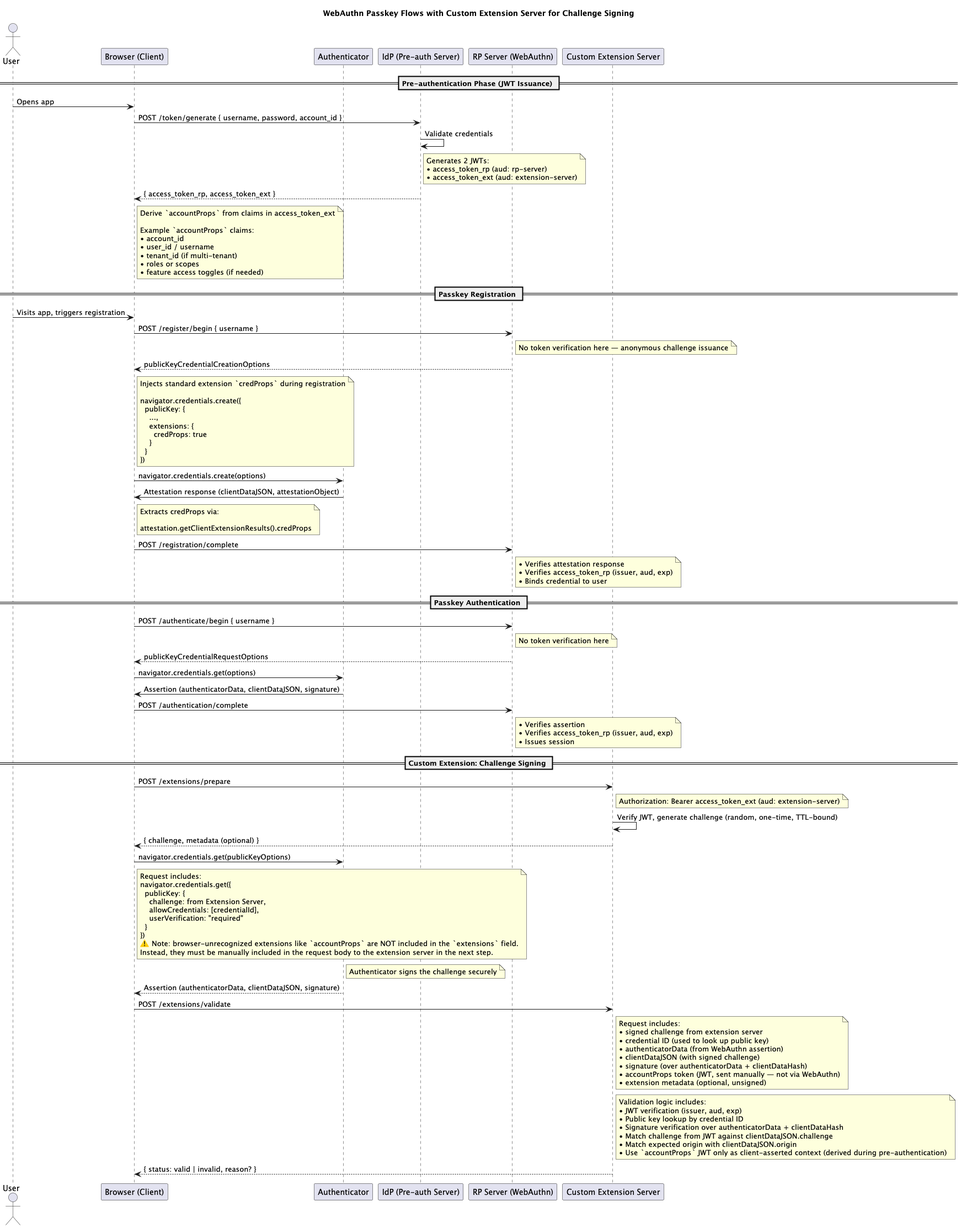
Above: diagrams/sequence.png in nithyanatarajan/simpleFIDO (PlantUML), before the change.
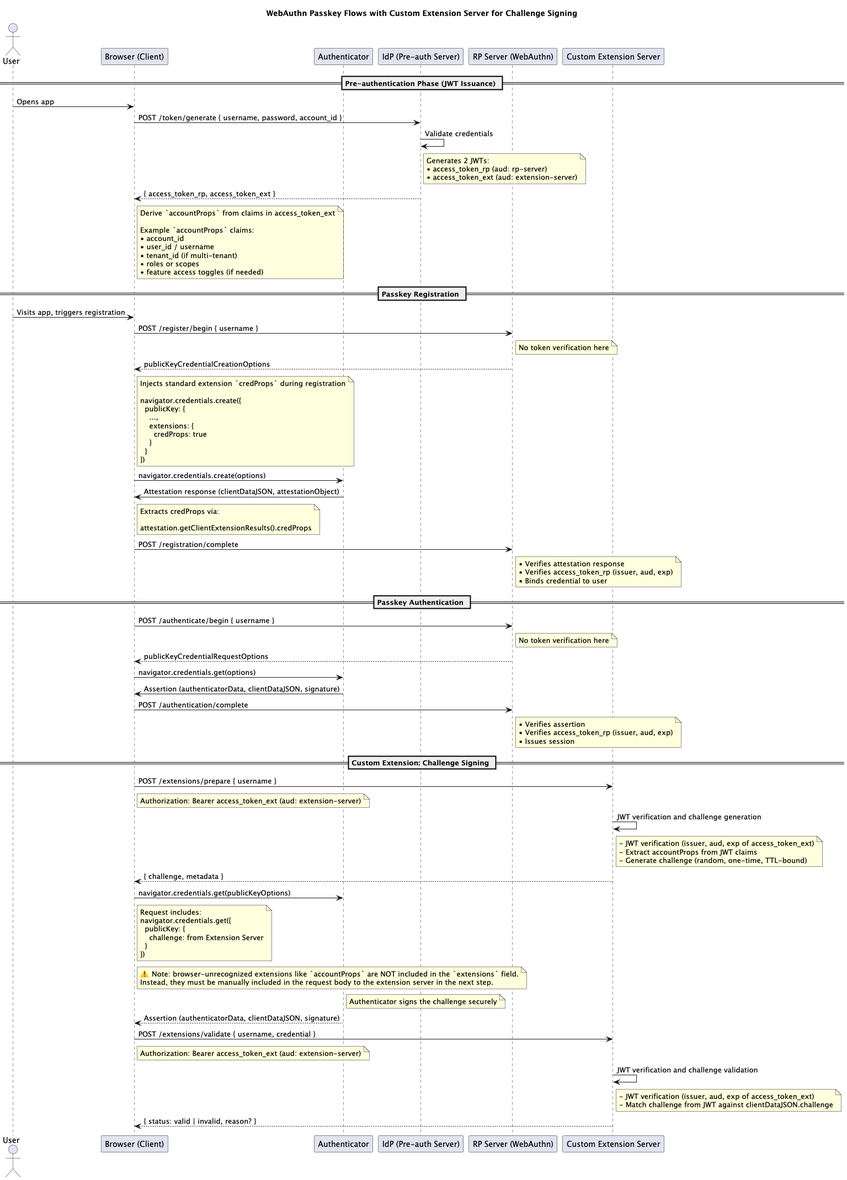
After the commit.

Commit message:
Update docs and sequence diagram

Diff of the diagram source:
```diff
@@ -28,7 +28,7 @@
 == Passkey Registration ==
 User -> Browser: Visits app, triggers registration
 Browser -> RP: POST /register/begin { username }
-note right of RP: No token verification here — anonymous challenge issuance
+note right of RP: No token verification here
 RP --> Browser: publicKeyCredentialCreationOptions
 note right of Browser
 Injects standard extension `credProps` during registration
@@ -75,21 +75,28 @@
 end note
 
 == Custom Extension: Challenge Signing ==
-Browser -> ExtServer: POST /extensions/prepare
-note right of ExtServer: Authorization: Bearer access_token_ext (aud: extension-server)
-ExtServer -> ExtServer: Verify JWT, generate challenge (random, one-time, TTL-bound)
-ExtServer --> Browser: { challenge, metadata (optional) }
+Browser -> ExtServer: POST /extensions/prepare { username }
+note right of Browser: Authorization: Bearer access_token_ext (aud: extension-server)
+ExtServer -> ExtServer: JWT verification and challenge generation
+note right of ExtServer
+- JWT verification (issuer, aud, exp of access_token_ext)
+- Extract accountProps from JWT claims
+- Generate challenge (random, one-time, TTL-bound)
+end note
+
+ExtServer --> Browser: { challenge, metadata }
 
 Browser -> Auth: navigator.credentials.get(publicKeyOptions)
 note right of Browser
 Request includes:
 navigator.credentials.get({
   publicKey: {
-    challenge: from Extension Server,
-    allowCredentials: [credentialId],
-    userVerification: "required"
+    challenge: from Extension Server
   }
 })
+end note
+
+note right of Browser
 ⚠️ Note: browser-unrecognized extensions like `accountProps` are NOT included in the `extensions` field.
 Instead, they must be manually included in the request body to the extension server in the next step.
 end note
@@ -97,26 +104,12 @@
 note right of Auth: Authenticator signs the challenge securely
 Auth --> Browser: Assertion (authenticatorData, clientDataJSON, signature)
 
-Browser -> ExtServer: POST /extensions/validate
+Browser -> ExtServer: POST /extensions/validate { username, credential }
+note right of Browser: Authorization: Bearer access_token_ext (aud: extension-server)
+ExtServer -> ExtServer: JWT verification and challenge validation
 note right of ExtServer
-Request includes:
-• signed challenge from extension server
-• credential ID (used to look up public key)
-• authenticatorData (from WebAuthn assertion)
-• clientDataJSON (with signed challenge)
-• signature (over authenticatorData + clientDataHash)
-• accountProps token (JWT, sent manually — not via WebAuthn)
-• extension metadata (optional, unsigned)
-end note
-
-note right of ExtServer
-Validation logic includes:
-• JWT verification (issuer, aud, exp)
-• Public key lookup by credential ID
-• Signature verification over authenticatorData + clientDataHash
-• Match challenge from JWT against clientDataJSON.challenge
-• Match expected origin with clientDataJSON.origin
-• Use `accountProps` JWT only as client-asserted context (derived during pre-authentication)
+- JWT verification (issuer, aud, exp of access_token_ext)
+- Match challenge from JWT against clientDataJSON.challenge
 end note
 
 ExtServer --> Browser: { status: valid | invalid, reason? }
```
